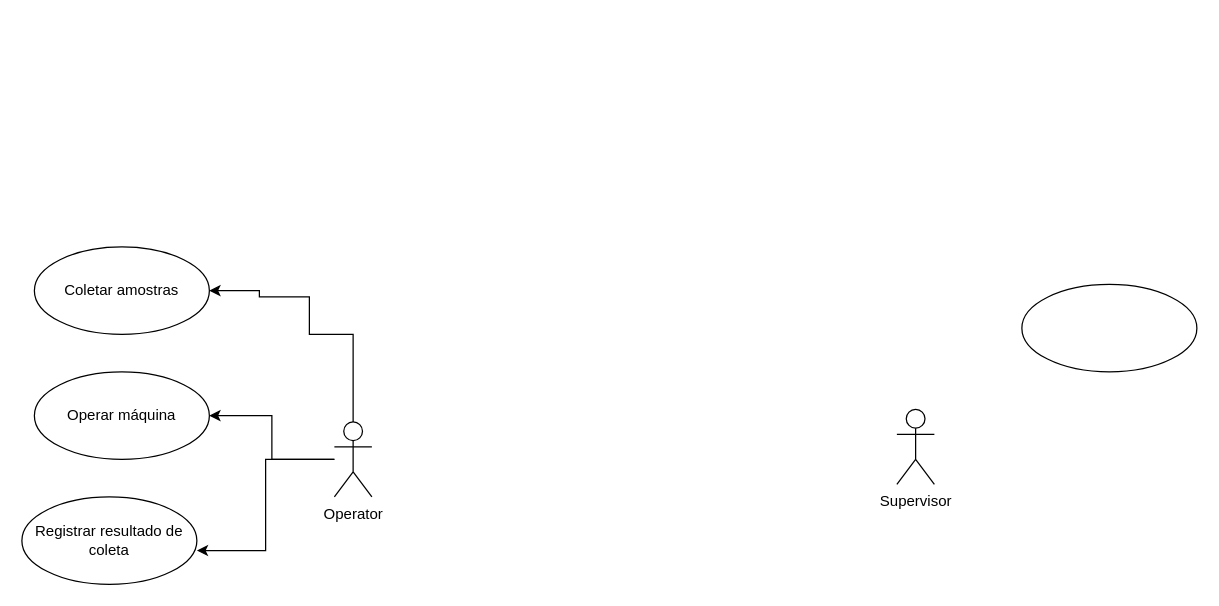
Above: page "UseCase" (1 of 2) of Classes_app.drawio in vivianebuge/objectOrientedJava (draw.io), before the change. Source tidied: cells renumbered, new cells numbered last; positions are measured from the earlier drawing's top-left corner, leaving out a move shared by most shapes. Both pictures are drawn from the tidied source at 125%, with x=0, y=0 at pixel (21, 246).
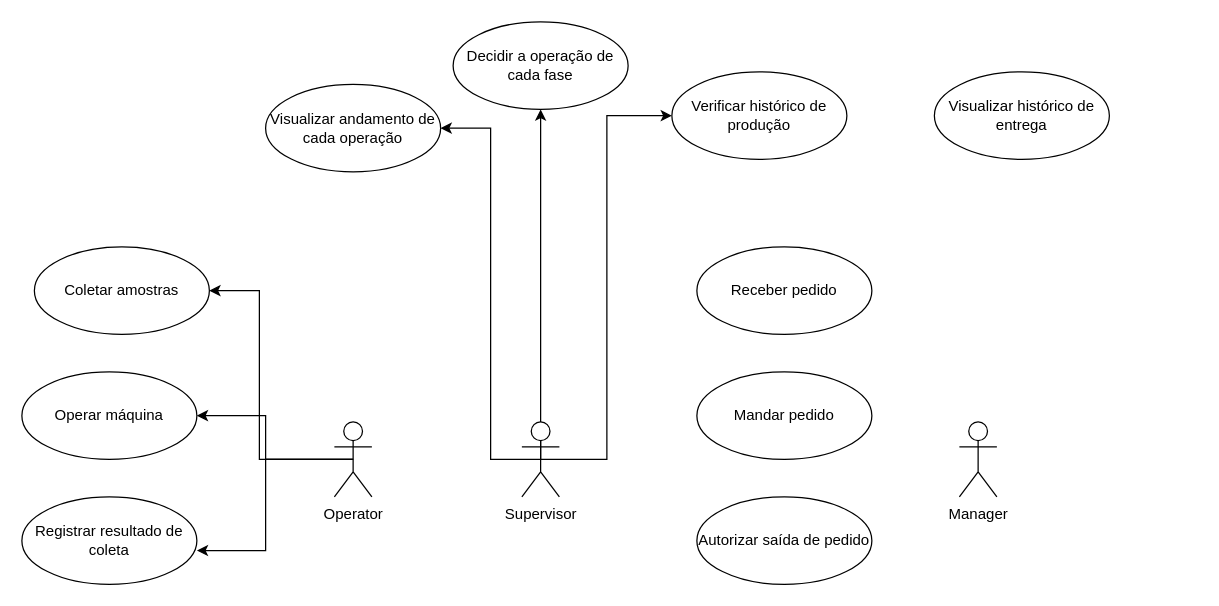
After the change.

Commit message:
Update use cases

The change refers to these unchanged cells:
```xml
<mxCell id="2" value="Coletar amostras" style="ellipse;whiteSpace=wrap;html=1;" parent="1" vertex="1">
  <mxGeometry x="10" width="140" height="70" as="geometry" />
</mxCell>
<mxCell id="3" value="Registrar resultado de coleta" style="ellipse;whiteSpace=wrap;html=1;" parent="1" vertex="1">
  <mxGeometry y="200" width="140" height="70" as="geometry" />
</mxCell>
<mxCell id="8" value="Operator&lt;br&gt;" style="shape=umlActor;verticalLabelPosition=bottom;verticalAlign=top;html=1;" parent="1" vertex="1">
  <mxGeometry x="250" y="140" width="30" height="60" as="geometry" />
</mxCell>
```

Change to the diagram source:
```diff
@@
     <mxCell id="4" value="Operar máquina" style="ellipse;whiteSpace=wrap;html=1;" parent="1" vertex="1">
-      <mxGeometry x="10" y="100" width="140" height="70" as="geometry" />
+      <mxGeometry y="100" width="140" height="70" as="geometry" />
     </mxCell>
-    <mxCell id="5" style="edgeStyle=orthogonalEdgeStyle;rounded=0;jettySize=auto;html=1;" parent="1" edge="1" source="8" target="4">
+    <mxCell id="5" style="edgeStyle=orthogonalEdgeStyle;rounded=0;jettySize=auto;html=1;exitX=0.5;exitY=0.5;exitDx=0;exitDy=0;exitPerimeter=0;" parent="1" edge="1" source="8" target="4">
       <mxGeometry relative="1" as="geometry" />
     </mxCell>
-    <mxCell id="6" style="edgeStyle=orthogonalEdgeStyle;rounded=0;jettySize=auto;html=1;entryX=1;entryY=0.5;entryDx=0;entryDy=0;" parent="1" edge="1" source="8" target="2">
+    <mxCell id="6" style="rounded=0;jettySize=auto;html=1;exitX=0.5;exitY=0.5;exitDx=0;exitDy=0;exitPerimeter=0;edgeStyle=elbowEdgeStyle;" parent="1" edge="1" source="8" target="2">
       <mxGeometry relative="1" as="geometry">
         <Array as="points">
-          <mxPoint x="265" y="70" />
-          <mxPoint x="230" y="70" />
-          <mxPoint x="230" y="40" />
-          <mxPoint x="190" y="40" />
+          <mxPoint x="190" y="110" />
         </Array>
       </mxGeometry>
     </mxCell>
-    <mxCell id="7" style="edgeStyle=orthogonalEdgeStyle;rounded=0;jettySize=auto;html=1;entryX=1;entryY=0.614;entryDx=0;entryDy=0;entryPerimeter=0;" parent="1" edge="1" source="8" target="3">
+    <mxCell id="7" style="edgeStyle=orthogonalEdgeStyle;rounded=0;jettySize=auto;html=1;entryX=1;entryY=0.614;entryDx=0;entryDy=0;entryPerimeter=0;exitX=0.5;exitY=0.5;exitDx=0;exitDy=0;exitPerimeter=0;" parent="1" edge="1" source="8" target="3">
       <mxGeometry relative="1" as="geometry" />
     </mxCell>
@@
+    <mxCell id="11" style="edgeStyle=orthogonalEdgeStyle;rounded=0;jettySize=auto;html=1;exitX=0.5;exitY=0.5;exitDx=0;exitDy=0;exitPerimeter=0;" parent="1" edge="1" source="9" target="10">
+      <mxGeometry relative="1" as="geometry" />
+    </mxCell>
+    <mxCell id="12" style="edgeStyle=elbowEdgeStyle;rounded=0;jettySize=auto;html=1;exitX=0.5;exitY=0.5;exitDx=0;exitDy=0;exitPerimeter=0;" parent="1" edge="1" source="9" target="15">
+      <mxGeometry relative="1" as="geometry" />
+    </mxCell>
+    <mxCell id="13" style="edgeStyle=elbowEdgeStyle;rounded=0;jettySize=auto;html=1;exitX=0.5;exitY=0.5;exitDx=0;exitDy=0;exitPerimeter=0;" parent="1" edge="1" source="9" target="14">
+      <mxGeometry relative="1" as="geometry" />
+    </mxCell>
     <mxCell id="9" value="Supervisor" style="shape=umlActor;verticalLabelPosition=bottom;verticalAlign=top;html=1;" parent="1" vertex="1">
-      <mxGeometry x="700" y="130" width="30" height="60" as="geometry" />
+      <mxGeometry x="400" y="140" width="30" height="60" as="geometry" />
     </mxCell>
-    <mxCell id="10" style="ellipse;whiteSpace=wrap;html=1;" parent="1" vertex="1">
-      <mxGeometry x="800" y="30" width="140" height="70" as="geometry" />
+    <mxCell id="10" value="Decidir a operação de cada fase" style="ellipse;whiteSpace=wrap;html=1;" parent="1" vertex="1">
+      <mxGeometry x="345" y="-180" width="140" height="70" as="geometry" />
     </mxCell>
+    <mxCell id="14" value="Visualizar andamento de cada operação" style="ellipse;whiteSpace=wrap;html=1;" parent="1" vertex="1">
+      <mxGeometry x="195" y="-130" width="140" height="70" as="geometry" />
+    </mxCell>
+    <mxCell id="15" value="Verificar histórico de produção" style="ellipse;whiteSpace=wrap;html=1;" parent="1" vertex="1">
+      <mxGeometry x="520" y="-140" width="140" height="70" as="geometry" />
+    </mxCell>
+    <mxCell id="16" value="Manager" style="shape=umlActor;verticalLabelPosition=bottom;verticalAlign=top;html=1;" parent="1" vertex="1">
+      <mxGeometry x="750" y="140" width="30" height="60" as="geometry" />
+    </mxCell>
+    <mxCell id="17" value="Visualizar histórico de entrega" style="ellipse;whiteSpace=wrap;html=1;" parent="1" vertex="1">
+      <mxGeometry x="730" y="-140" width="140" height="70" as="geometry" />
+    </mxCell>
+    <mxCell id="18" value="Receber pedido" style="ellipse;whiteSpace=wrap;html=1;" parent="1" vertex="1">
+      <mxGeometry x="540" width="140" height="70" as="geometry" />
+    </mxCell>
+    <mxCell id="19" value="Mandar pedido" style="ellipse;whiteSpace=wrap;html=1;" parent="1" vertex="1">
+      <mxGeometry x="540" y="100" width="140" height="70" as="geometry" />
+    </mxCell>
+    <mxCell id="20" value="Autorizar saída de pedido" style="ellipse;whiteSpace=wrap;html=1;" parent="1" vertex="1">
+      <mxGeometry x="540" y="200" width="140" height="70" as="geometry" />
+    </mxCell>
```
